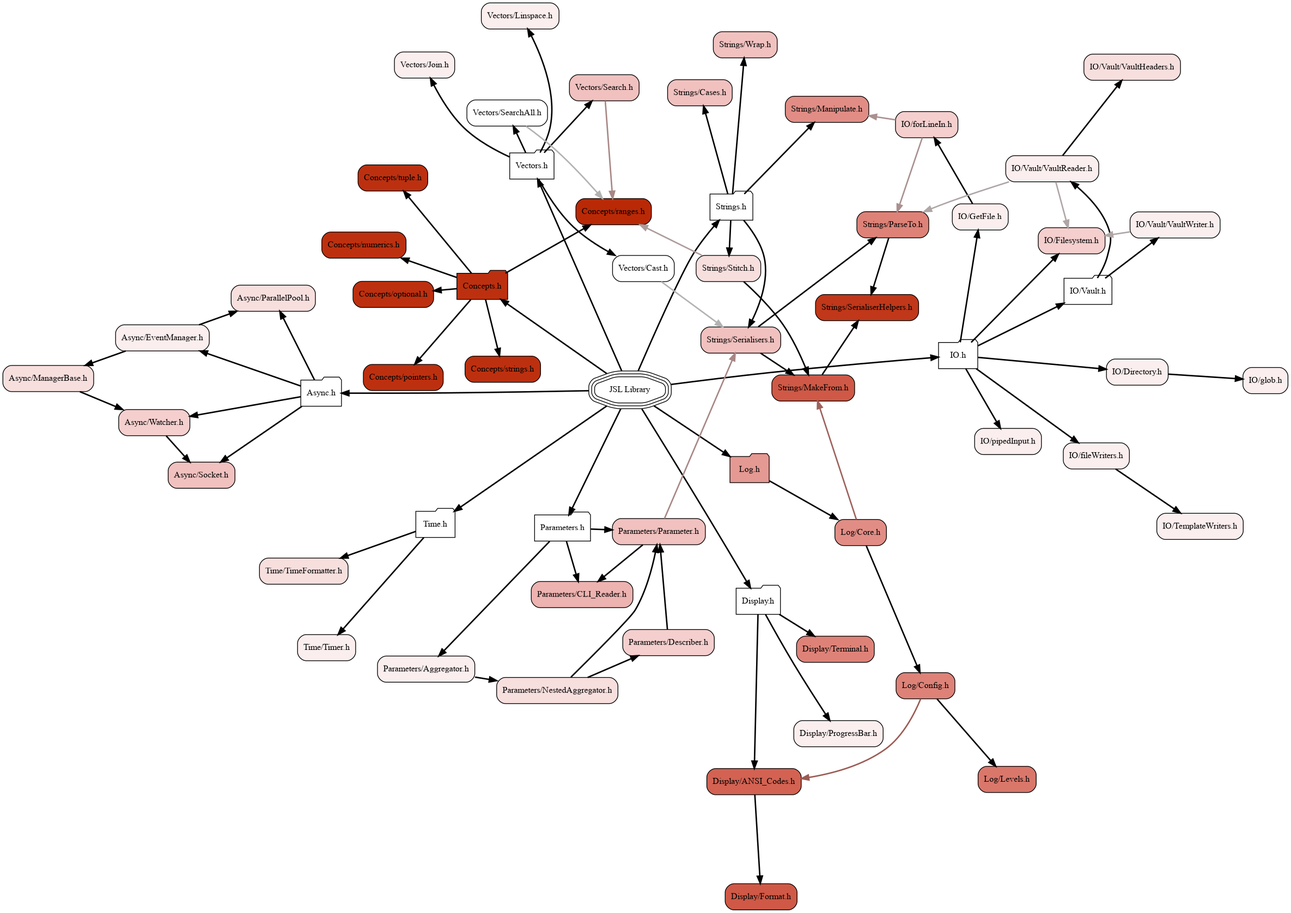
This is docs/visualiser/heatmap.png from DrFraserGovil/JSL, a Graphviz export, as it was before one commit. Its source is kept beside it as docs/visualiser/heatmap.dot.
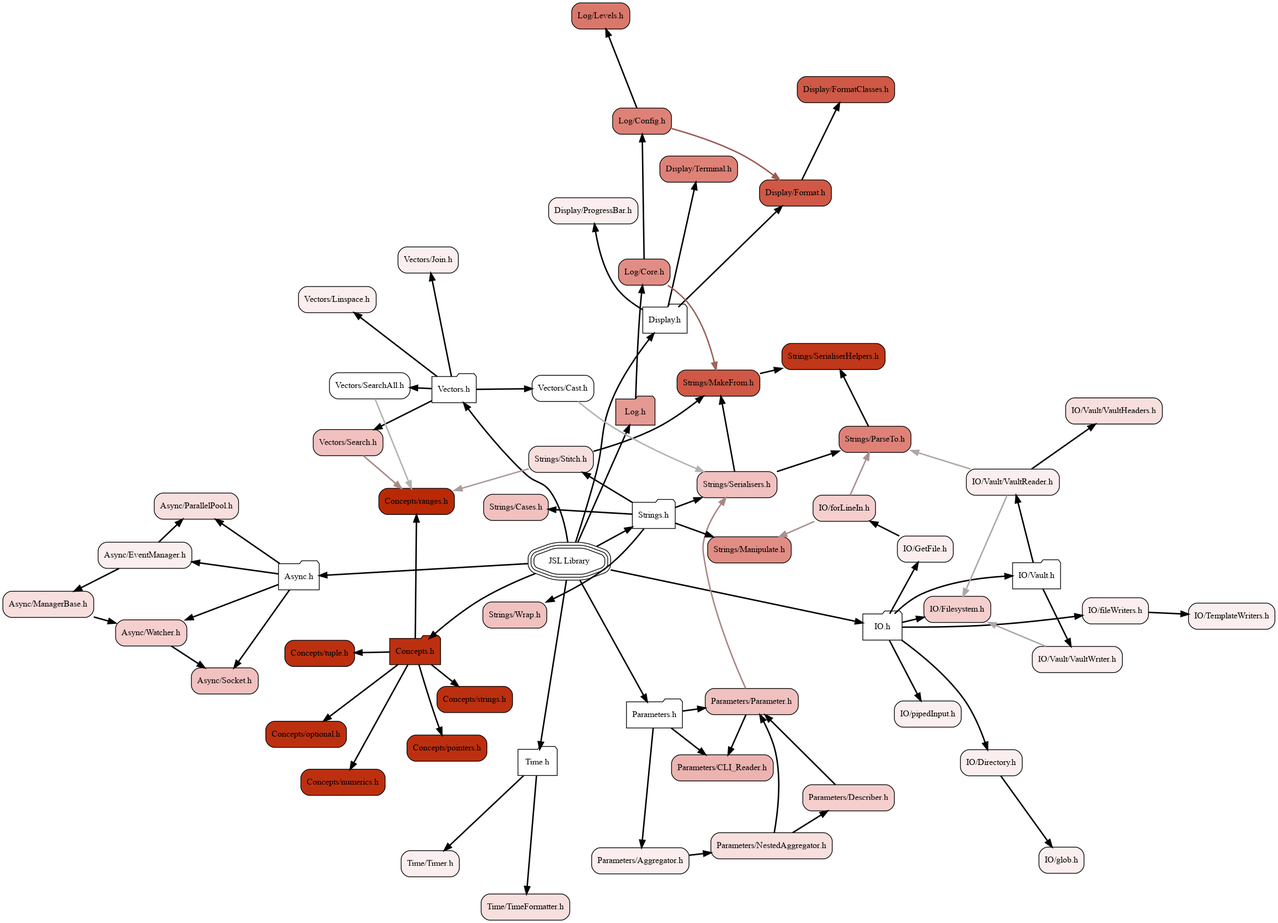
After the commit.

Diff of the diagram source:
```diff
@@ -23,8 +23,8 @@
 	node[fillcolor="#bd300f", style="rounded,filled", shape=box, color="black"] "Concepts/strings.h"              [label="Concepts/strings.h"]
 	node[fillcolor="#bd300f", style="rounded,filled", shape=box, color="black"] "Concepts/tuple.h"                [label="Concepts/tuple.h"]
 	node[fillcolor="#ffffff", style="rounded,filled", shape=folder, color="black"] "Display.h"                       [label="Display.h"]
-	node[fillcolor="#d36252", style="rounded,filled", shape=box, color="black"] "Display/ANSI_Codes.h"            [label="Display/ANSI_Codes.h"]
 	node[fillcolor="#cf5946", style="rounded,filled", shape=box, color="black"] "Display/Format.h"                [label="Display/Format.h"]
+	node[fillcolor="#cf5946", style="rounded,filled", shape=box, color="black"] "Display/FormatClasses.h"         [label="Display/FormatClasses.h"]
 	node[fillcolor="#fbeeee", style="rounded,filled", shape=box, color="black"] "Display/ProgressBar.h"           [label="Display/ProgressBar.h"]
 	node[fillcolor="#de8278", style="rounded,filled", shape=box, color="black"] "Display/Terminal.h"              [label="Display/Terminal.h"]
 	node[fillcolor="#ffffff", style="rounded,filled", shape=folder, color="black"] "IO.h"                            [label="IO.h"]
@@ -68,15 +68,15 @@
 	node[fillcolor="#fbeeee", style="rounded,filled", shape=box, color="black"] "Vectors/Linspace.h"              [label="Vectors/Linspace.h"]
 	node[fillcolor="#f0c1bf", style="rounded,filled", shape=box, color="black"] "Vectors/Search.h"                [label="Vectors/Search.h"]
 	node[fillcolor="#ffffff", style="rounded,filled", shape=box, color="black"] "Vectors/SearchAll.h"             [label="Vectors/SearchAll.h"]
-	"JSL.h"                           -> "Log.h"[weight=10000,penwidth=2]
-	"JSL.h"                           -> "Vectors.h"[weight=10000,penwidth=2]
-	"JSL.h"                           -> "Display.h"[weight=10000,penwidth=2]
-	"JSL.h"                           -> "Parameters.h"[weight=10000,penwidth=2]
-	"JSL.h"                           -> "Async.h"[weight=10000,penwidth=2]
-	"JSL.h"                           -> "Strings.h"[weight=10000,penwidth=2]
 	"JSL.h"                           -> "IO.h"[weight=10000,penwidth=2]
 	"JSL.h"                           -> "Concepts.h"[weight=10000,penwidth=2]
+	"JSL.h"                           -> "Strings.h"[weight=10000,penwidth=2]
+	"JSL.h"                           -> "Vectors.h"[weight=10000,penwidth=2]
+	"JSL.h"                           -> "Async.h"[weight=10000,penwidth=2]
+	"JSL.h"                           -> "Display.h"[weight=10000,penwidth=2]
 	"JSL.h"                           -> "Time.h"[weight=10000,penwidth=2]
+	"JSL.h"                           -> "Parameters.h"[weight=10000,penwidth=2]
+	"JSL.h"                           -> "Log.h"[weight=10000,penwidth=2]
 	"Async.h"                         -> "Async/Socket.h"[weight=10000,penwidth=2]
 	"Async.h"                         -> "Async/Watcher.h"[weight=10000,penwidth=2]
 	"Async.h"                         -> "Async/EventManager.h"[weight=10000,penwidth=2]
@@ -88,33 +88,33 @@
 	"Concepts.h"                      -> "Concepts/numerics.h"[weight=10000,penwidth=2]
 	"Concepts.h"                      -> "Concepts/strings.h"[weight=10000,penwidth=2]
 	"Concepts.h"                      -> "Concepts/tuple.h"[weight=10000,penwidth=2]
-	"Concepts.h"                      -> "Concepts/pointers.h"[weight=10000,penwidth=2]
 	"Concepts.h"                      -> "Concepts/ranges.h"[weight=10000,penwidth=2]
 	"Concepts.h"                      -> "Concepts/optional.h"[weight=10000,penwidth=2]
+	"Concepts.h"                      -> "Concepts/pointers.h"[weight=10000,penwidth=2]
+	"Display.h"                       -> "Display/Format.h"[weight=10000,penwidth=2]
+	"Display.h"                       -> "Display/ProgressBar.h"[weight=10000,penwidth=2]
 	"Display.h"                       -> "Display/Terminal.h"[weight=10000,penwidth=2]
-	"Display.h"                       -> "Display/ProgressBar.h"[weight=10000,penwidth=2]
-	"Display.h"                       -> "Display/ANSI_Codes.h"[weight=10000,penwidth=2]
-	"Display/ANSI_Codes.h"            -> "Display/Format.h"[weight=10000,penwidth=2]
+	"Display/Format.h"                -> "Display/FormatClasses.h"[weight=10000,penwidth=2]
+	"IO.h"                            -> "IO/pipedInput.h"[weight=10000,penwidth=2]
 	"IO.h"                            -> "IO/fileWriters.h"[weight=10000,penwidth=2]
+	"IO.h"                            -> "IO/GetFile.h"[weight=10000,penwidth=2]
+	"IO.h"                            -> "IO/Directory.h"[weight=10000,penwidth=2]
 	"IO.h"                            -> "IO/Filesystem.h"[weight=10000,penwidth=2]
-	"IO.h"                            -> "IO/Directory.h"[weight=10000,penwidth=2]
-	"IO.h"                            -> "IO/GetFile.h"[weight=10000,penwidth=2]
 	"IO.h"                            -> "IO/Vault.h"[weight=10000,penwidth=2]
-	"IO.h"                            -> "IO/pipedInput.h"[weight=10000,penwidth=2]
 	"IO/Directory.h"                  -> "IO/glob.h"[weight=10000,penwidth=2]
 	"IO/GetFile.h"                    -> "IO/forLineIn.h"[weight=10000,penwidth=2]
 	"IO/Vault.h"                      -> "IO/Vault/VaultWriter.h"[weight=10000,penwidth=2]
 	"IO/Vault.h"                      -> "IO/Vault/VaultReader.h"[weight=10000,penwidth=2]
+	"IO/Vault/VaultReader.h"          -> "Strings/ParseTo.h"[constraint=false,weight=0,penwidth=2,color="#afa6a6"]
 	"IO/Vault/VaultReader.h"          -> "IO/Filesystem.h"[constraint=true,weight=0,penwidth=2,color="#afa6a6"]
-	"IO/Vault/VaultReader.h"          -> "Strings/ParseTo.h"[constraint=false,weight=0,penwidth=2,color="#afa6a6"]
 	"IO/Vault/VaultReader.h"          -> "IO/Vault/VaultHeaders.h"[weight=10000,penwidth=2]
 	"IO/Vault/VaultWriter.h"          -> "IO/Filesystem.h"[constraint=true,weight=0,penwidth=2,color="#afa6a6"]
 	"IO/fileWriters.h"                -> "IO/TemplateWriters.h"[weight=10000,penwidth=2]
 	"IO/forLineIn.h"                  -> "Strings/ParseTo.h"[constraint=false,weight=0,penwidth=2,color="#aa9090"]
 	"IO/forLineIn.h"                  -> "Strings/Manipulate.h"[constraint=true,weight=0,penwidth=2,color="#aa9090"]
 	"Log.h"                           -> "Log/Core.h"[weight=10000,penwidth=2]
+	"Log/Config.h"                    -> "Display/Format.h"[constraint=true,weight=0,penwidth=2,color="#9b5b54"]
 	"Log/Config.h"                    -> "Log/Levels.h"[weight=10000,penwidth=2]
-	"Log/Config.h"                    -> "Display/ANSI_Codes.h"[constraint=false,weight=0,penwidth=2,color="#9b5b54"]
 	"Log/Core.h"                      -> "Strings/MakeFrom.h"[constraint=true,weight=0,penwidth=2,color="#9d625d"]
 	"Log/Core.h"                      -> "Log/Config.h"[weight=10000,penwidth=2]
 	"Parameters.h"                    -> "Parameters/Parameter.h"[weight=10000,penwidth=2]
@@ -122,8 +122,8 @@
 	"Parameters.h"                    -> "Parameters/CLI_Reader.h"[weight=10000,penwidth=2]
 	"Parameters/Aggregator.h"         -> "Parameters/NestedAggregator.h"[weight=10000,penwidth=2]
 	"Parameters/Describer.h"          -> "Parameters/Parameter.h"[weight=10000,penwidth=2]
+	"Parameters/NestedAggregator.h"   -> "Parameters/Parameter.h"[weight=10000,penwidth=2]
 	"Parameters/NestedAggregator.h"   -> "Parameters/Describer.h"[weight=10000,penwidth=2]
-	"Parameters/NestedAggregator.h"   -> "Parameters/Parameter.h"[weight=10000,penwidth=2]
 	"Parameters/Parameter.h"          -> "Parameters/CLI_Reader.h"[weight=10000,penwidth=2]
 	"Parameters/Parameter.h"          -> "Strings/Serialisers.h"[constraint=false,weight=0,penwidth=2,color="#a88785"]
 	"Strings.h"                       -> "Strings/Serialisers.h"[weight=10000,penwidth=2]
```
